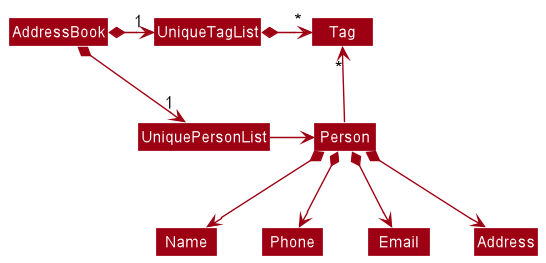
Above: docs/images/BetterModelClassDiagram.png in nus-cs2103-AY2122S1/tp (PlantUML), before the change.
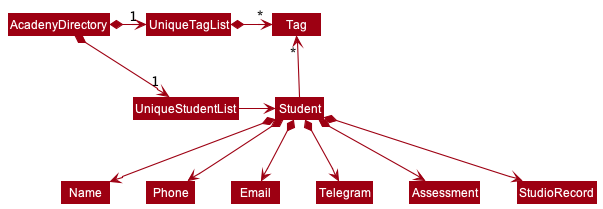
Later version of the same file.

Change to the diagram source:
```diff
@@ -4,18 +4,20 @@
 skinparam arrowColor MODEL_COLOR
 skinparam classBackgroundColor MODEL_COLOR
 
-AddressBook *-right-> "1" UniquePersonList
-AddressBook *-right-> "1" UniqueTagList
-UniqueTagList -[hidden]down- UniquePersonList
-UniqueTagList -[hidden]down- UniquePersonList
+AcadenyDirectory *-right-> "1" UniqueStudentList
+AcadenyDirectory *-right-> "1" UniqueTagList
+UniqueTagList -[hidden]down- UniqueStudentList
+UniqueTagList -[hidden]down- UniqueStudentList
 
 UniqueTagList *-right-> "*" Tag
-UniquePersonList -right-> Person
+UniqueStudentList -right-> Student
 
-Person -up-> "*" Tag
+Student -up-> "*" Tag
 
-Person *--> Name
-Person *--> Phone
-Person *--> Email
-Person *--> Address
+Student *--> Name
+Student *--> Phone
+Student *--> Email
+Student *--> Telegram
+Student *--> Assessment
+Student *--> StudioRecord
 @enduml
```
